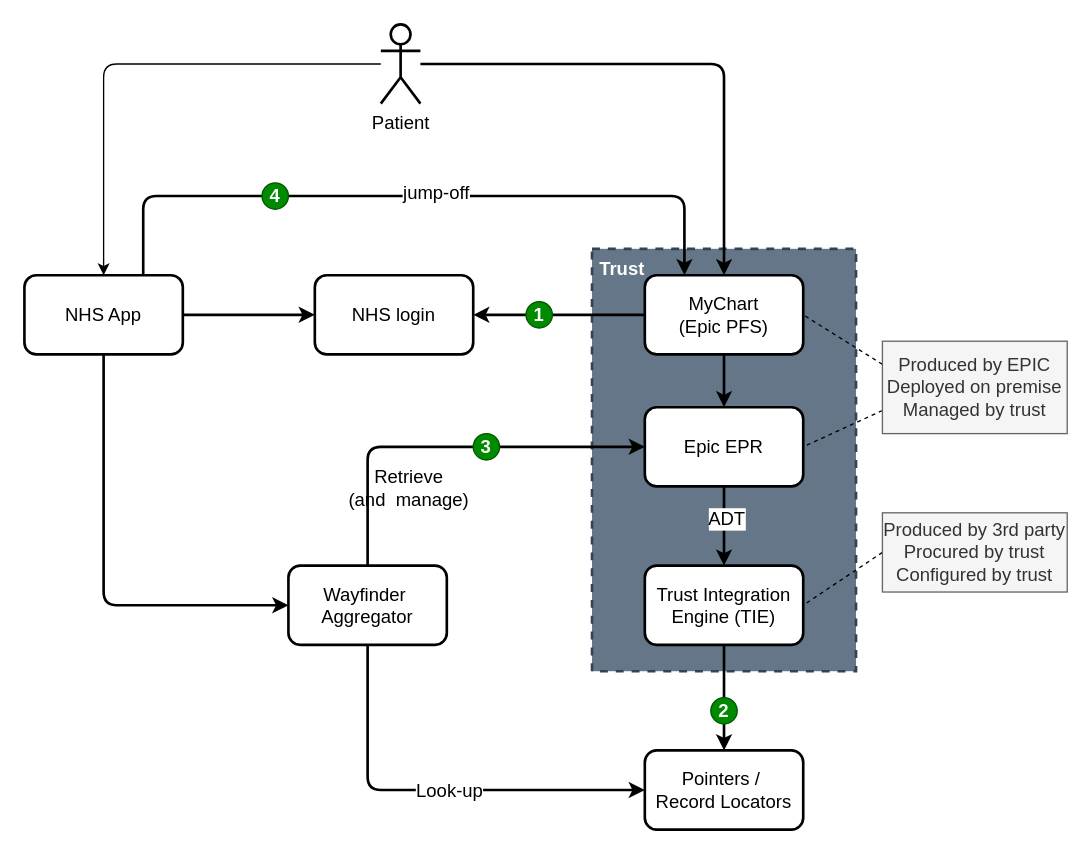
This is pages/images/Figure1.drawio from NHSDigital/nhse-epr-integration, a draw.io file, before an edit. Source tidied: cells renumbered, new cells numbered last; positions are measured from the earlier drawing's top-left corner, leaving out a move shared by most shapes. Both pictures are drawn from the tidied source at 132%, with x=0, y=0 at pixel (24, 24).
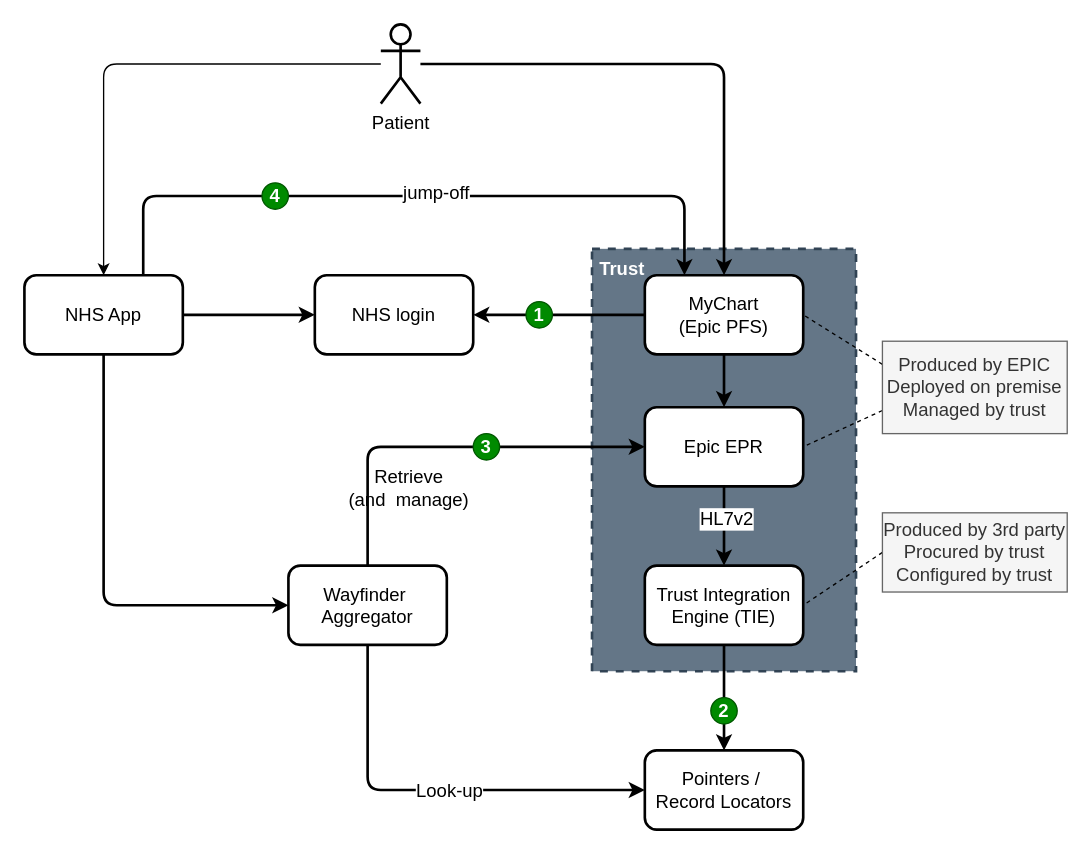
The same page after the edit.

Unchanged cells that the change refers to:
```xml
<mxCell id="3" style="edgeStyle=orthogonalEdgeStyle;rounded=0;jettySize=auto;html=1;entryX=0.5;entryY=0;entryDx=0;entryDy=0;strokeWidth=2;fontSize=14;" parent="1" edge="1" source="5" target="7">
  <mxGeometry relative="1" as="geometry" />
</mxCell>
```

Change to the diagram source:
```diff
@@
-    <mxCell id="4" value="ADT" style="edgeLabel;html=1;align=center;verticalAlign=middle;fontSize=14;" parent="3" vertex="1">
+    <mxCell id="4" value="HL7v2" style="edgeLabel;html=1;align=center;verticalAlign=middle;fontSize=14;" parent="3" vertex="1">
       <mxGeometry x="-0.2" y="1" relative="1" as="geometry" />
     </mxCell>
```
